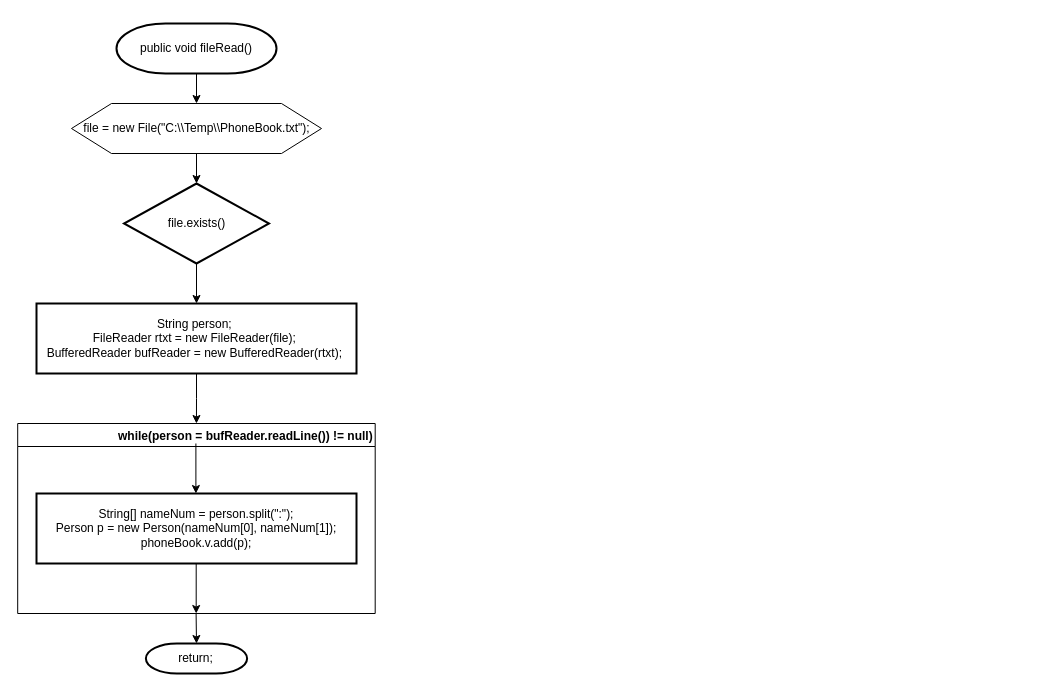
Above: 순서도/fileRead 순서도.drawio in skatld123/PH_list_java (draw.io), before the change. Source tidied: cells renumbered, new cells numbered last; positions are measured from the earlier drawing's top-left corner, leaving out a move shared by most shapes. Both pictures are drawn from the tidied source at 100%, with x=0, y=0 at pixel (17, 23).
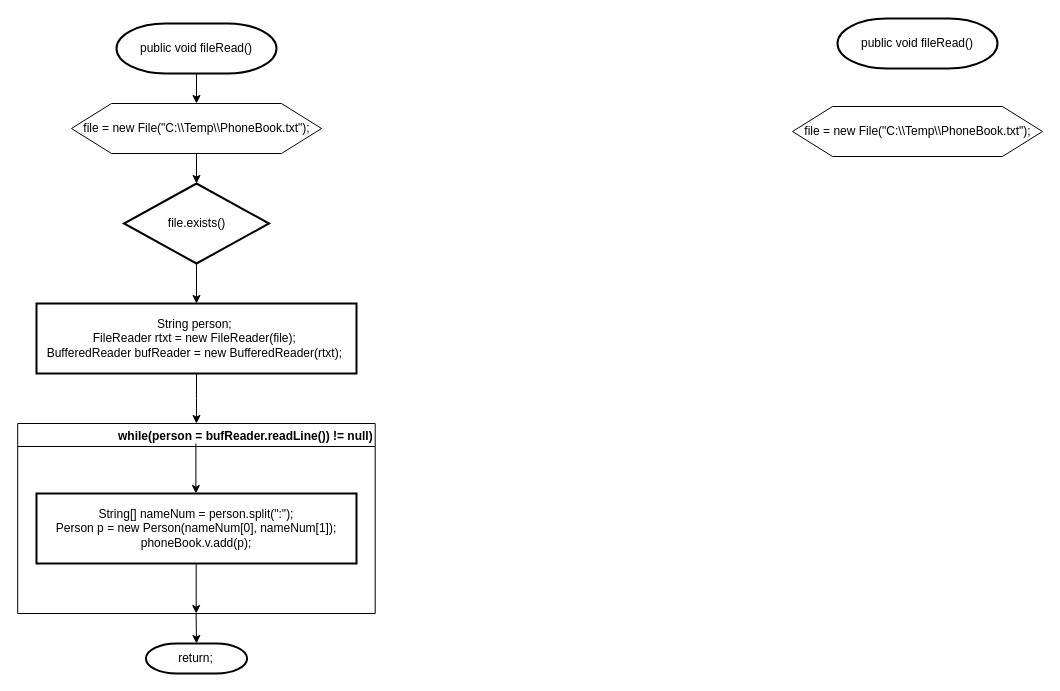
Above is the later version.

Commit message (it also covers changes not shown here):
fileRead 순서도.drawio 업데이트

Change to the diagram source:
```diff
@@
+    <mxCell id="16" value="public void fileRead()" style="strokeWidth=2;html=1;shape=mxgraph.flowchart.terminator;whiteSpace=wrap;" parent="1" vertex="1">
+      <mxGeometry x="820" y="-5" width="160" height="50" as="geometry" />
+    </mxCell>
+    <mxCell id="17" value="file = new File(&quot;C:\\Temp\\PhoneBook.txt&quot;);" style="verticalLabelPosition=middle;verticalAlign=middle;html=1;shape=hexagon;perimeter=hexagonPerimeter2;arcSize=6;size=0.16;labelPosition=center;align=center;" parent="1" vertex="1">
+      <mxGeometry x="775" y="83" width="250" height="50" as="geometry" />
+    </mxCell>
```
